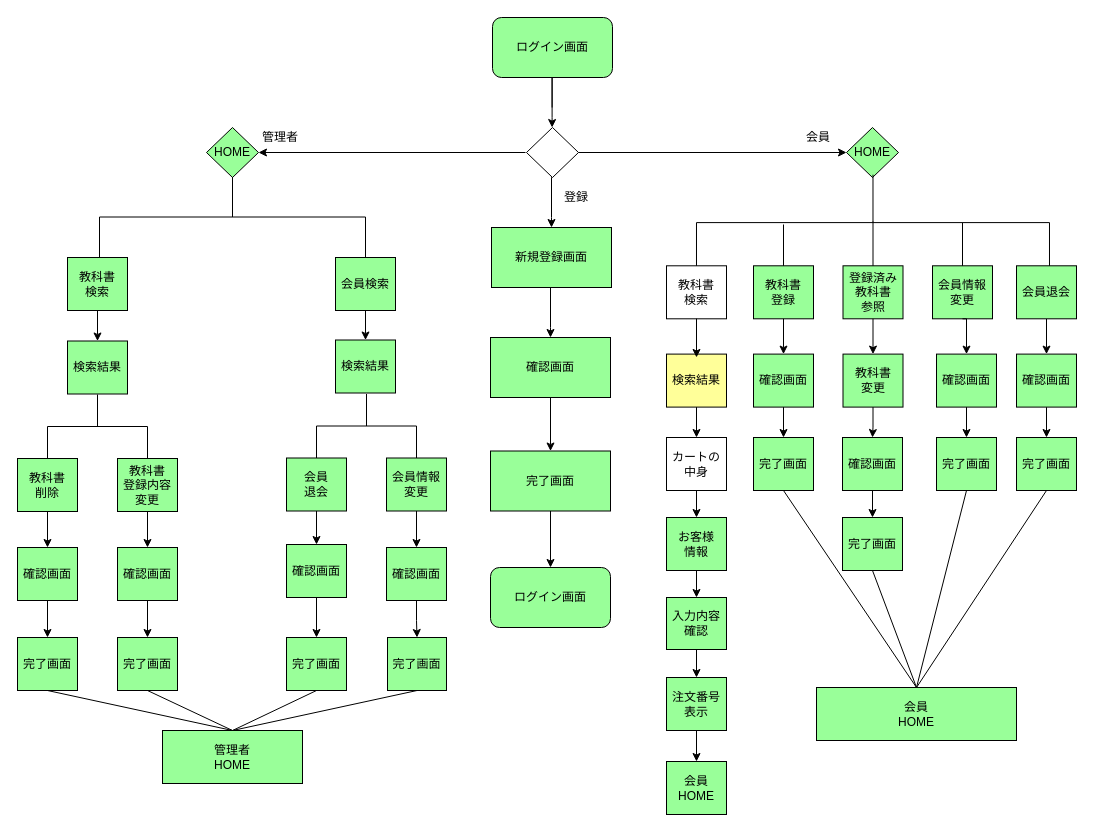
2022java42-student022/document keeps this draw.io diagram as 画面遷移図.drawio. Above is the earlier version. Source tidied: cells renumbered, new cells numbered last; positions are measured from the earlier drawing's top-left corner, leaving out a move shared by most shapes. Both pictures are drawn from the tidied source at 100%, with x=0, y=0 at pixel (17, 17).
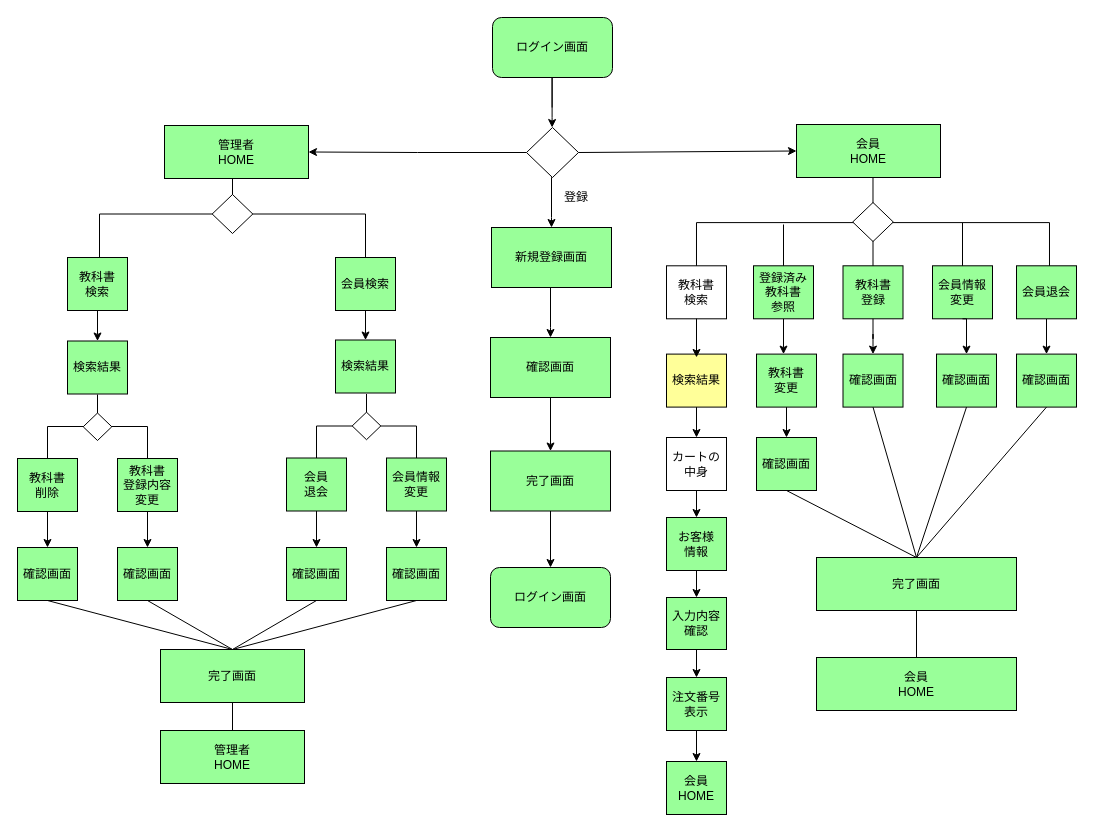
The same page after the edit.

Commit message:
画面遷移図修正

Unchanged cells that the change refers to:
```xml
<mxCell id="4" style="rhombus;whiteSpace=wrap;html=1;" parent="1" vertex="1">
  <mxGeometry x="509" y="110" width="52" height="50" as="geometry" />
</mxCell>
<mxCell id="14" style="group;" parent="1" vertex="1">
  <mxGeometry x="679" y="160" width="300" height="229.6" as="geometry" />
</mxCell>
<mxCell id="16" style="group;" parent="14" vertex="1">
  <mxGeometry x="-30" y="32" width="326" height="109.3" as="geometry" />
</mxCell>
<mxCell id="29" value="確認画面" style="rounded=0;whiteSpace=wrap;html=1;sketch=0;strokeWidth=1;fillColor=#99FF99;" parent="14" vertex="1">
  <mxGeometry x="240" y="176.6" width="60" height="53" as="geometry" />
</mxCell>
<mxCell id="50" style="group;" parent="1" vertex="1">
  <mxGeometry x="269" y="376.5" width="160" height="117" as="geometry" />
</mxCell>
<mxCell id="55" style="group;" parent="1" vertex="1">
  <mxGeometry y="377" width="160" height="117" as="geometry" />
</mxCell>
<mxCell id="69" value="確認画面" style="rounded=0;whiteSpace=wrap;html=1;sketch=0;strokeWidth=1;fillColor=#99FF99;" parent="1" vertex="1">
  <mxGeometry x="999" y="336.6" width="60" height="53" as="geometry" />
</mxCell>
<mxCell id="73" value="確認画面" style="rounded=0;whiteSpace=wrap;html=1;sketch=0;strokeWidth=1;fillColor=#99FF99;" parent="1" vertex="1">
  <mxGeometry x="369" y="530" width="60" height="53" as="geometry" />
</mxCell>
<mxCell id="75" value="確認画面" style="rounded=0;whiteSpace=wrap;html=1;sketch=0;strokeWidth=1;fillColor=#99FF99;" parent="1" vertex="1">
  <mxGeometry x="100" y="530" width="60" height="53" as="geometry" />
</mxCell>
<mxCell id="77" value="確認画面" style="rounded=0;whiteSpace=wrap;html=1;sketch=0;strokeWidth=1;fillColor=#99FF99;" parent="1" vertex="1">
  <mxGeometry y="530" width="60" height="53" as="geometry" />
</mxCell>
```

The edit, as a diff of the source:
```diff
@@
+    <mxCell id="106" style="edgeStyle=orthogonalEdgeStyle;rounded=0;jettySize=auto;html=1;entryX=1;entryY=0.5;entryDx=0;entryDy=0;" parent="1" edge="1" source="4" target="112">
+      <mxGeometry relative="1" as="geometry" />
+    </mxCell>
@@
-    <mxCell id="10" style="endArrow=classic;html=1;rounded=0;exitX=1;exitY=0.5;exitDx=0;exitDy=0;entryX=0;entryY=0.5;entryDx=0;entryDy=0;" parent="1" edge="1" source="4" target="11">
+    <mxCell id="10" style="endArrow=classic;html=1;rounded=0;exitX=1;exitY=0.5;exitDx=0;exitDy=0;entryX=0;entryY=0.5;entryDx=0;entryDy=0;" parent="1" edge="1" source="4" target="125">
       <mxGeometry relative="1" as="geometry" />
     </mxCell>
-    <mxCell id="11" value="HOME" style="rhombus;whiteSpace=wrap;html=1;fillColor=#99FF99;" parent="1" vertex="1">
-      <mxGeometry x="829" y="110" width="52" height="50" as="geometry" />
-    </mxCell>
-    <mxCell id="12" value="HOME" style="rhombus;whiteSpace=wrap;html=1;fillColor=#99FF99;" parent="1" vertex="1">
-      <mxGeometry x="189" y="110" width="52" height="50" as="geometry" />
-    </mxCell>
-    <mxCell id="13" style="endArrow=classic;html=1;rounded=0;entryX=1;entryY=0.5;entryDx=0;entryDy=0;" parent="1" edge="1" target="12">
+    <mxCell id="13" style="endArrow=classic;html=1;rounded=0;entryX=1;entryY=0.5;entryDx=0;entryDy=0;startArrow=none;" parent="1" edge="1" source="112">
       <mxGeometry relative="1" as="geometry">
-        <mxPoint x="508" y="135" as="sourcePoint" />
-        <Array as="points">
-          <mxPoint x="508" y="134.5" />
-        </Array>
+        <mxPoint x="241" y="135" as="targetPoint" />
       </mxGeometry>
     </mxCell>
@@
+    <mxCell id="22" value="会員情報&lt;br&gt;変更" style="rounded=0;whiteSpace=wrap;html=1;sketch=0;strokeWidth=1;fillColor=#99FF99;" parent="16" vertex="1">
+      <mxGeometry x="266" y="56.3" width="60" height="53" as="geometry" />
+    </mxCell>
     <mxCell id="21" value="教科書&lt;br&gt;登録" style="rounded=0;whiteSpace=wrap;html=1;sketch=0;strokeWidth=1;fillColor=#99FF99;" parent="16" vertex="1">
-      <mxGeometry x="87" y="56.3" width="60" height="53" as="geometry" />
+      <mxGeometry x="176.5" y="56.3" width="60" height="53" as="geometry" />
     </mxCell>
-    <mxCell id="22" value="会員情報&lt;br&gt;変更" style="rounded=0;whiteSpace=wrap;html=1;sketch=0;strokeWidth=1;fillColor=#99FF99;" parent="16" vertex="1">
-      <mxGeometry x="266" y="56.3" width="60" height="53" as="geometry" />
-    </mxCell>
-    <mxCell id="23" value="登録済み&lt;br&gt;教科書&lt;br&gt;参照" style="rounded=0;whiteSpace=wrap;html=1;sketch=0;strokeWidth=1;fillColor=#99FF99;" parent="16" vertex="1">
-      <mxGeometry x="176.5" y="56.3" width="60" height="53" as="geometry" />
-    </mxCell>
+    <mxCell id="107" style="rhombus;whiteSpace=wrap;html=1;" parent="16" vertex="1">
+      <mxGeometry x="186.2" y="-7" width="40.6" height="39" as="geometry" />
+    </mxCell>
@@
     <mxCell id="26" value="教科書&lt;br&gt;変更" style="rounded=0;whiteSpace=wrap;html=1;sketch=0;strokeWidth=1;fillColor=#99FF99;" parent="14" vertex="1">
-      <mxGeometry x="146.5" y="176.6" width="60" height="53" as="geometry" />
+      <mxGeometry x="60" y="176.6" width="60" height="53" as="geometry" />
     </mxCell>
-    <mxCell id="27" style="edgeStyle=orthogonalEdgeStyle;rounded=0;jettySize=auto;html=1;exitX=0.5;exitY=1;exitDx=0;exitDy=0;entryX=0.5;entryY=0;entryDx=0;entryDy=0;" parent="14" edge="1" source="23" target="26">
-      <mxGeometry relative="1" as="geometry">
-        <Array as="points">
-          <mxPoint x="177" y="177" />
-          <mxPoint x="177" y="177" />
-        </Array>
-      </mxGeometry>
-    </mxCell>
-    <mxCell id="28" value="確認画面" style="rounded=0;whiteSpace=wrap;html=1;sketch=0;strokeWidth=1;fillColor=#99FF99;" parent="14" vertex="1">
-      <mxGeometry x="57" y="176.6" width="60" height="53" as="geometry" />
-    </mxCell>
@@
-    <mxCell id="31" style="edgeStyle=orthogonalEdgeStyle;rounded=0;jettySize=auto;html=1;entryX=0.5;entryY=0;entryDx=0;entryDy=0;" parent="14" edge="1" source="21" target="28">
-      <mxGeometry relative="1" as="geometry" />
+    <mxCell id="31" style="edgeStyle=orthogonalEdgeStyle;rounded=0;orthogonalLoop=1;jettySize=auto;html=1;entryX=0.5;entryY=0;entryDx=0;entryDy=0;" parent="14" edge="1">
+      <mxGeometry relative="1" as="geometry">
+        <mxPoint x="87" y="141.3" as="sourcePoint" />
+        <mxPoint x="87" y="176.6" as="targetPoint" />
+      </mxGeometry>
     </mxCell>
+    <mxCell id="23" value="登録済み&lt;br&gt;教科書&lt;br&gt;参照" style="rounded=0;whiteSpace=wrap;html=1;sketch=0;strokeWidth=1;fillColor=#99FF99;" parent="14" vertex="1">
+      <mxGeometry x="57" y="88.3" width="60" height="53" as="geometry" />
+    </mxCell>
+    <mxCell id="28" value="確認画面" style="rounded=0;whiteSpace=wrap;html=1;sketch=0;strokeWidth=1;fillColor=#99FF99;" parent="14" vertex="1">
+      <mxGeometry x="146.5" y="176.6" width="60" height="53" as="geometry" />
+    </mxCell>
+    <mxCell id="108" style="edgeStyle=orthogonalEdgeStyle;rounded=0;jettySize=auto;html=1;entryX=0.5;entryY=0;entryDx=0;entryDy=0;" parent="14" edge="1" source="21" target="28">
+      <mxGeometry relative="1" as="geometry" />
+    </mxCell>
@@
     <mxCell id="43" style="strokeWidth=1;html=1;shape=mxgraph.flowchart.annotation_2;align=left;labelPosition=right;rounded=0;sketch=0;rotation=90;" parent="1" vertex="1">
-      <mxGeometry x="175" y="66.5" width="80" height="266" as="geometry" />
+      <mxGeometry x="172" y="63.5" width="86" height="266" as="geometry" />
     </mxCell>
@@
+    <mxCell id="109" style="rhombus;whiteSpace=wrap;html=1;" parent="50" vertex="1">
+      <mxGeometry x="65.7" y="18.2" width="28.6" height="27.5" as="geometry" />
+    </mxCell>
@@
-    <mxCell id="60" value="管理者" style="rounded=0;whiteSpace=wrap;html=1;sketch=0;strokeWidth=0;strokeColor=#FFFFFF;" parent="1" vertex="1">
-      <mxGeometry x="241" y="110" width="44" height="20" as="geometry" />
-    </mxCell>
+    <mxCell id="110" style="rhombus;whiteSpace=wrap;html=1;" parent="55" vertex="1">
+      <mxGeometry x="65.7" y="18.5" width="28.6" height="27.5" as="geometry" />
+    </mxCell>
@@
-    <mxCell id="62" value="会員" style="rounded=0;whiteSpace=wrap;html=1;sketch=0;strokeWidth=0;strokeColor=#FFFFFF;" parent="1" vertex="1">
-      <mxGeometry x="779" y="110" width="44" height="20" as="geometry" />
-    </mxCell>
-    <mxCell id="63" value="完了画面" style="rounded=0;whiteSpace=wrap;html=1;sketch=0;strokeWidth=1;fillColor=#99FF99;" parent="1" vertex="1">
-      <mxGeometry x="736" y="420" width="60" height="53" as="geometry" />
-    </mxCell>
-    <mxCell id="64" value="完了画面" style="rounded=0;whiteSpace=wrap;html=1;sketch=0;strokeWidth=1;fillColor=#99FF99;" parent="1" vertex="1">
-      <mxGeometry x="919" y="420" width="60" height="53" as="geometry" />
-    </mxCell>
-    <mxCell id="65" value="完了画面" style="rounded=0;whiteSpace=wrap;html=1;sketch=0;strokeWidth=1;fillColor=#99FF99;" parent="1" vertex="1">
-      <mxGeometry x="825" y="500" width="60" height="53" as="geometry" />
-    </mxCell>
-    <mxCell id="66" style="edgeStyle=orthogonalEdgeStyle;rounded=0;jettySize=auto;html=1;entryX=0.5;entryY=0;entryDx=0;entryDy=0;" parent="1" edge="1" source="67" target="65">
-      <mxGeometry relative="1" as="geometry" />
-    </mxCell>
     <mxCell id="67" value="確認画面" style="rounded=0;whiteSpace=wrap;html=1;sketch=0;strokeWidth=1;fillColor=#99FF99;" parent="1" vertex="1">
-      <mxGeometry x="825" y="420" width="60" height="53" as="geometry" />
+      <mxGeometry x="739" y="420" width="60" height="53" as="geometry" />
     </mxCell>
-    <mxCell id="68" style="edgeStyle=orthogonalEdgeStyle;rounded=0;jettySize=auto;html=1;entryX=0.5;entryY=0;entryDx=0;entryDy=0;" parent="1" edge="1" source="69" target="78">
-      <mxGeometry relative="1" as="geometry" />
-    </mxCell>
@@
-    <mxCell id="70" style="edgeStyle=orthogonalEdgeStyle;rounded=0;jettySize=auto;html=1;entryX=0.5;entryY=0;entryDx=0;entryDy=0;" parent="1" edge="1" source="71" target="88">
-      <mxGeometry relative="1" as="geometry" />
-    </mxCell>
     <mxCell id="71" value="確認画面" style="rounded=0;whiteSpace=wrap;html=1;sketch=0;strokeWidth=1;fillColor=#99FF99;" parent="1" vertex="1">
-      <mxGeometry x="269" y="527" width="60" height="53" as="geometry" />
+      <mxGeometry x="269" y="530" width="60" height="53" as="geometry" />
     </mxCell>
-    <mxCell id="72" style="edgeStyle=orthogonalEdgeStyle;rounded=0;jettySize=auto;html=1;entryX=0.5;entryY=0;entryDx=0;entryDy=0;" parent="1" edge="1" source="73" target="89">
-      <mxGeometry relative="1" as="geometry" />
-    </mxCell>
@@
-    <mxCell id="74" style="edgeStyle=orthogonalEdgeStyle;rounded=0;jettySize=auto;html=1;entryX=0.5;entryY=0;entryDx=0;entryDy=0;" parent="1" edge="1" source="75" target="87">
-      <mxGeometry relative="1" as="geometry" />
-    </mxCell>
@@
-    <mxCell id="76" style="edgeStyle=orthogonalEdgeStyle;rounded=0;jettySize=auto;html=1;entryX=0.5;entryY=0;entryDx=0;entryDy=0;" parent="1" edge="1" source="77" target="86">
-      <mxGeometry relative="1" as="geometry" />
-    </mxCell>
@@
-    <mxCell id="78" value="完了画面" style="rounded=0;whiteSpace=wrap;html=1;sketch=0;strokeWidth=1;fillColor=#99FF99;" parent="1" vertex="1">
-      <mxGeometry x="999" y="420" width="60" height="53" as="geometry" />
-    </mxCell>
@@
     <mxCell id="82" value="会員&lt;br&gt;HOME" style="rounded=0;whiteSpace=wrap;html=1;sketch=0;strokeWidth=1;fillColor=#99FF99;" parent="1" vertex="1">
-      <mxGeometry x="799" y="670" width="200" height="53" as="geometry" />
+      <mxGeometry x="799" y="640" width="200" height="53" as="geometry" />
     </mxCell>
     <mxCell id="83" value="管理者&lt;br&gt;HOME" style="rounded=0;whiteSpace=wrap;html=1;sketch=0;strokeWidth=1;fillColor=#99FF99;" parent="1" vertex="1">
-      <mxGeometry x="145" y="713" width="140" height="53" as="geometry" />
+      <mxGeometry x="143" y="713" width="144" height="53" as="geometry" />
     </mxCell>
@@
-    <mxCell id="85" style="endArrow=none;html=1;rounded=0;entryX=0.5;entryY=1;entryDx=0;entryDy=0;exitX=0.5;exitY=0;exitDx=0;exitDy=0;" parent="1" edge="1" source="83" target="87">
-      <mxGeometry relative="1" as="geometry" />
-    </mxCell>
-    <mxCell id="86" value="完了画面" style="rounded=0;whiteSpace=wrap;html=1;sketch=0;strokeWidth=1;fillColor=#99FF99;" parent="1" vertex="1">
-      <mxGeometry y="620" width="60" height="53" as="geometry" />
-    </mxCell>
-    <mxCell id="87" value="完了画面" style="rounded=0;whiteSpace=wrap;html=1;sketch=0;strokeWidth=1;fillColor=#99FF99;" parent="1" vertex="1">
-      <mxGeometry x="100" y="620" width="60" height="53" as="geometry" />
-    </mxCell>
-    <mxCell id="88" value="完了画面" style="rounded=0;whiteSpace=wrap;html=1;sketch=0;strokeWidth=1;fillColor=#99FF99;" parent="1" vertex="1">
-      <mxGeometry x="269" y="620" width="60" height="53" as="geometry" />
-    </mxCell>
-    <mxCell id="89" value="完了画面" style="rounded=0;whiteSpace=wrap;html=1;sketch=0;strokeWidth=1;fillColor=#99FF99;" parent="1" vertex="1">
-      <mxGeometry x="370" y="620" width="59" height="53" as="geometry" />
-    </mxCell>
-    <mxCell id="90" style="endArrow=none;html=1;rounded=0;entryX=0.5;entryY=1;entryDx=0;entryDy=0;exitX=0.5;exitY=0;exitDx=0;exitDy=0;" parent="1" edge="1" source="83" target="89">
-      <mxGeometry relative="1" as="geometry" />
-    </mxCell>
-    <mxCell id="91" style="endArrow=none;html=1;rounded=0;entryX=0.5;entryY=1;entryDx=0;entryDy=0;exitX=0.5;exitY=0;exitDx=0;exitDy=0;" parent="1" edge="1" source="83" target="88">
-      <mxGeometry relative="1" as="geometry" />
-    </mxCell>
-    <mxCell id="92" style="endArrow=none;html=1;rounded=0;entryX=0.5;entryY=1;entryDx=0;entryDy=0;exitX=0.5;exitY=0;exitDx=0;exitDy=0;" parent="1" edge="1" source="83" target="86">
-      <mxGeometry relative="1" as="geometry" />
-    </mxCell>
-    <mxCell id="93" style="edgeStyle=orthogonalEdgeStyle;rounded=0;jettySize=auto;html=1;entryX=0.5;entryY=0;entryDx=0;entryDy=0;" parent="1" edge="1" source="28" target="63">
-      <mxGeometry relative="1" as="geometry" />
-    </mxCell>
@@
-    <mxCell id="101" style="edgeStyle=orthogonalEdgeStyle;rounded=0;jettySize=auto;html=1;entryX=0.5;entryY=0;entryDx=0;entryDy=0;" parent="1" edge="1" source="29" target="64">
-      <mxGeometry relative="1" as="geometry" />
-    </mxCell>
-    <mxCell id="102" style="endArrow=none;html=1;rounded=0;entryX=0.5;entryY=1;entryDx=0;entryDy=0;exitX=0.5;exitY=0;exitDx=0;exitDy=0;" parent="1" edge="1" source="82" target="64">
-      <mxGeometry relative="1" as="geometry" />
-    </mxCell>
-    <mxCell id="103" style="endArrow=none;html=1;rounded=0;entryX=0.5;entryY=1;entryDx=0;entryDy=0;exitX=0.5;exitY=0;exitDx=0;exitDy=0;" parent="1" edge="1" source="82" target="63">
-      <mxGeometry relative="1" as="geometry" />
-    </mxCell>
-    <mxCell id="104" style="endArrow=none;html=1;rounded=0;entryX=0.5;entryY=1;entryDx=0;entryDy=0;exitX=0.5;exitY=0;exitDx=0;exitDy=0;" parent="1" edge="1" source="82" target="65">
-      <mxGeometry relative="1" as="geometry" />
-    </mxCell>
-    <mxCell id="105" style="endArrow=none;html=1;rounded=0;entryX=0.5;entryY=1;entryDx=0;entryDy=0;exitX=0.5;exitY=0;exitDx=0;exitDy=0;" parent="1" edge="1" source="82" target="78">
-      <mxGeometry relative="1" as="geometry" />
-    </mxCell>
+    <mxCell id="111" style="rhombus;whiteSpace=wrap;html=1;" parent="1" vertex="1">
+      <mxGeometry x="194.7" y="177" width="40.6" height="39" as="geometry" />
+    </mxCell>
+    <mxCell id="112" value="管理者&lt;br&gt;HOME" style="rounded=0;whiteSpace=wrap;html=1;sketch=0;strokeWidth=1;fillColor=#99FF99;" parent="1" vertex="1">
+      <mxGeometry x="147" y="108" width="144" height="53" as="geometry" />
+    </mxCell>
+    <mxCell id="113" value="完了画面" style="rounded=0;whiteSpace=wrap;html=1;sketch=0;strokeWidth=1;fillColor=#99FF99;" parent="1" vertex="1">
+      <mxGeometry x="143" y="632" width="144" height="53" as="geometry" />
+    </mxCell>
+    <mxCell id="114" style="endArrow=none;html=1;rounded=0;exitX=0.5;exitY=1;exitDx=0;exitDy=0;entryX=0.5;entryY=0;entryDx=0;entryDy=0;" parent="1" edge="1" source="77" target="113">
+      <mxGeometry relative="1" as="geometry" />
+    </mxCell>
+    <mxCell id="115" style="endArrow=none;html=1;rounded=0;exitX=0.5;exitY=1;exitDx=0;exitDy=0;entryX=0.5;entryY=0;entryDx=0;entryDy=0;" parent="1" edge="1" source="71" target="113">
+      <mxGeometry relative="1" as="geometry" />
+    </mxCell>
+    <mxCell id="116" style="endArrow=none;html=1;rounded=0;exitX=0.5;exitY=1;exitDx=0;exitDy=0;entryX=0.5;entryY=0;entryDx=0;entryDy=0;" parent="1" edge="1" source="75" target="113">
+      <mxGeometry relative="1" as="geometry" />
+    </mxCell>
+    <mxCell id="117" style="endArrow=none;html=1;rounded=0;exitX=0.5;exitY=1;exitDx=0;exitDy=0;entryX=0.5;entryY=0;entryDx=0;entryDy=0;" parent="1" edge="1" source="73" target="113">
+      <mxGeometry relative="1" as="geometry" />
+    </mxCell>
+    <mxCell id="118" style="endArrow=none;html=1;rounded=0;exitX=0.5;exitY=1;exitDx=0;exitDy=0;entryX=0.5;entryY=0;entryDx=0;entryDy=0;" parent="1" edge="1" source="113" target="83">
+      <mxGeometry relative="1" as="geometry" />
+    </mxCell>
+    <mxCell id="119" value="完了画面" style="rounded=0;whiteSpace=wrap;html=1;sketch=0;strokeWidth=1;fillColor=#99FF99;" parent="1" vertex="1">
+      <mxGeometry x="799" y="540" width="200" height="53" as="geometry" />
+    </mxCell>
+    <mxCell id="120" style="endArrow=none;html=1;rounded=0;entryX=0.5;entryY=1;entryDx=0;entryDy=0;exitX=0.5;exitY=0;exitDx=0;exitDy=0;" parent="1" edge="1" source="119" target="67">
+      <mxGeometry relative="1" as="geometry" />
+    </mxCell>
+    <mxCell id="121" style="endArrow=none;html=1;rounded=0;entryX=0.5;entryY=1;entryDx=0;entryDy=0;exitX=0.5;exitY=0;exitDx=0;exitDy=0;" parent="1" edge="1" source="119" target="29">
+      <mxGeometry relative="1" as="geometry" />
+    </mxCell>
+    <mxCell id="122" style="endArrow=none;html=1;rounded=0;entryX=0.5;entryY=1;entryDx=0;entryDy=0;exitX=0.5;exitY=0;exitDx=0;exitDy=0;" parent="1" edge="1" source="119" target="69">
+      <mxGeometry relative="1" as="geometry" />
+    </mxCell>
+    <mxCell id="123" style="endArrow=none;html=1;rounded=0;entryX=0.5;entryY=1;entryDx=0;entryDy=0;" parent="1" edge="1" source="82" target="119">
+      <mxGeometry relative="1" as="geometry" />
+    </mxCell>
+    <mxCell id="124" style="endArrow=none;html=1;rounded=0;entryX=0.5;entryY=1;entryDx=0;entryDy=0;exitX=0.5;exitY=0;exitDx=0;exitDy=0;" parent="1" edge="1" source="119" target="28">
+      <mxGeometry relative="1" as="geometry" />
+    </mxCell>
+    <mxCell id="125" value="会員&lt;br&gt;HOME" style="rounded=0;whiteSpace=wrap;html=1;sketch=0;strokeWidth=1;fillColor=#99FF99;" parent="1" vertex="1">
+      <mxGeometry x="779" y="107" width="144" height="53" as="geometry" />
+    </mxCell>
```
